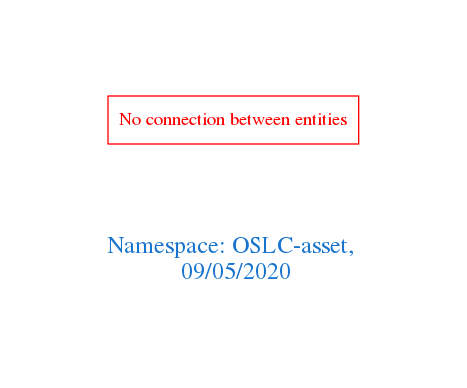
The Graphviz diagram downloads/OSLC-asset.png in arago/OGIT, before a commit. Its source is kept beside it as downloads/OSLC-asset.dot.
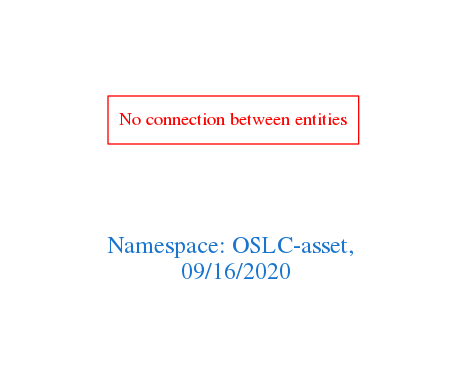
After the change.

Diff of the diagram source:
```diff
@@ -1,7 +1,7 @@
 digraph OGIT_ontology {
  graph [ rankdir= LR,pad=1
 fontsize = 18,
-fontcolor= dodgerblue3,label = "\n\n\nNamespace: OSLC-asset, \n 09/05/2020"];
+fontcolor= dodgerblue3,label = "\n\n\nNamespace: OSLC-asset, \n 09/16/2020"];
 node[shape=polygon];
 edge [  color="gray81"];
 
```
